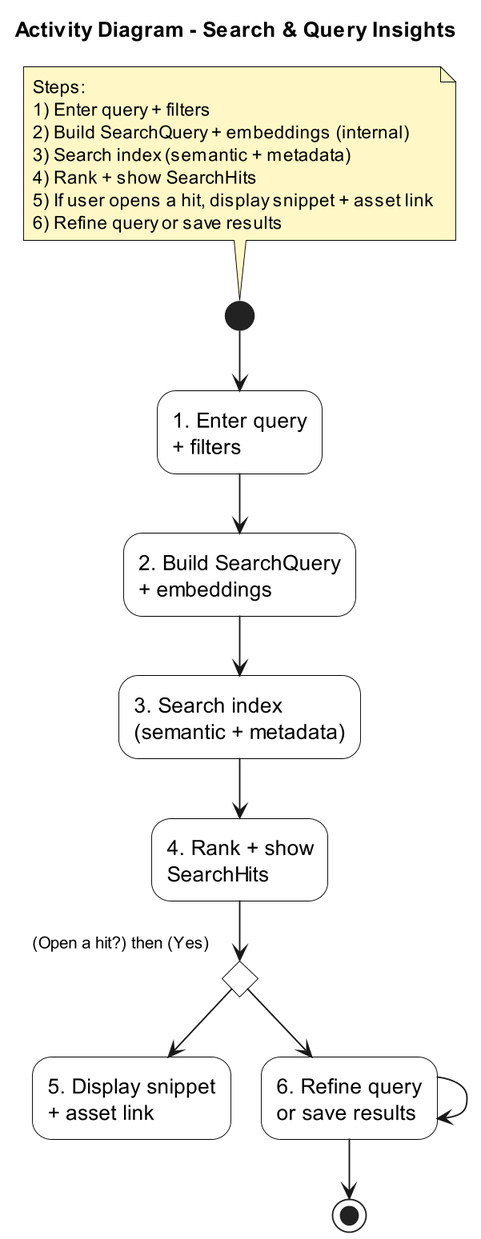
Before: out/Analysis/ActivityDiagram/Search & Query Insights/Search & Query Insights/Search & Query Insights.png, a diagram exported from PlantUML (AnvayP1998/CSCI_6234_Spring_2026_G14). Its diagram source:
```plantuml
@startuml
title Activity Diagram - Search & Query Insights
top to bottom direction

skinparam shadowing false
skinparam dpi 180
skinparam activity {
  BackgroundColor White
  BorderColor Black
  FontSize 14
}
skinparam note {
  BackgroundColor #FFF8C6
  BorderColor Black
  FontSize 12
}

note top
Steps:
1) Enter query + filters
2) Build SearchQuery + embeddings (internal)
3) Search index (semantic + metadata)
4) Rank + show SearchHits
5) If user opens a hit, display snippet + asset link
6) Refine query or save results
end note

(*) --> "1. Enter query\n+ filters"
--> "2. Build SearchQuery\n+ embeddings"
--> "3. Search index\n(semantic + metadata)"
--> "4. Rank + show\nSearchHits"

if (Open a hit?) then (Yes)
  --> "5. Display snippet\n+ asset link"
else
  --> "6. Refine query\nor save results"
endif

--> "6. Refine query\nor save results"
--> (*)

@enduml
```
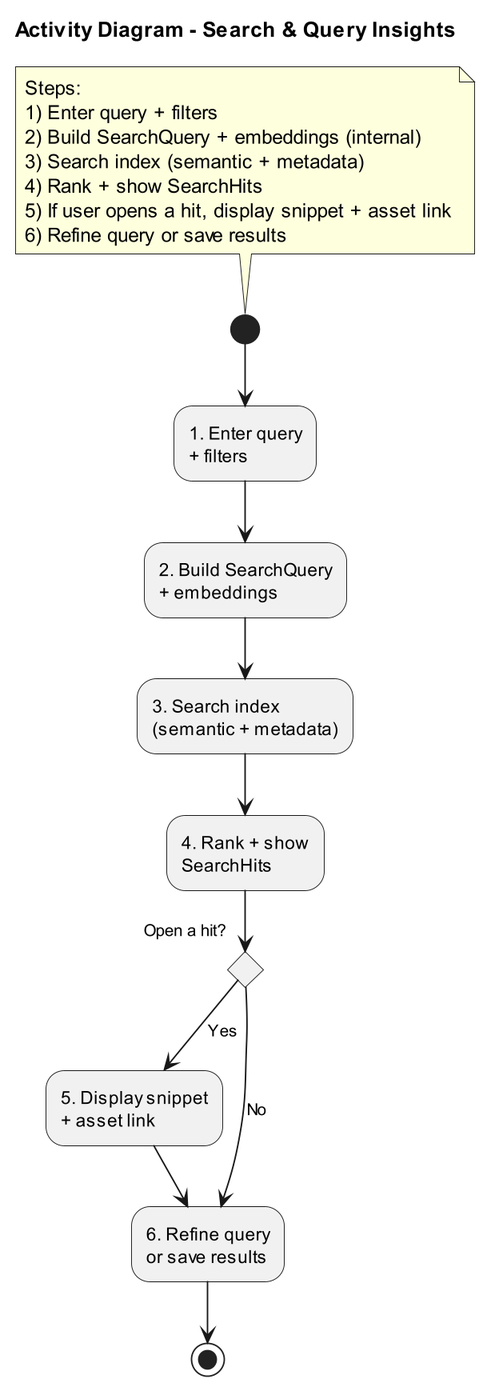
After the commit.

What changed in the source:
```diff
@@ -1,19 +1,8 @@
 @startuml
 title Activity Diagram - Search & Query Insights
-top to bottom direction
 
 skinparam shadowing false
 skinparam dpi 180
-skinparam activity {
-  BackgroundColor White
-  BorderColor Black
-  FontSize 14
-}
-skinparam note {
-  BackgroundColor #FFF8C6
-  BorderColor Black
-  FontSize 12
-}
 
 note top
 Steps:
@@ -30,13 +19,13 @@
 --> "3. Search index\n(semantic + metadata)"
 --> "4. Rank + show\nSearchHits"
 
-if (Open a hit?) then (Yes)
-  --> "5. Display snippet\n+ asset link"
+if "Open a hit?" then
+  -->[Yes] "5. Display snippet\n+ asset link"
+  --> "6. Refine query\nor save results"
 else
-  --> "6. Refine query\nor save results"
+  -->[No] "6. Refine query\nor save results"
 endif
 
---> "6. Refine query\nor save results"
 --> (*)
 
 @enduml
```
